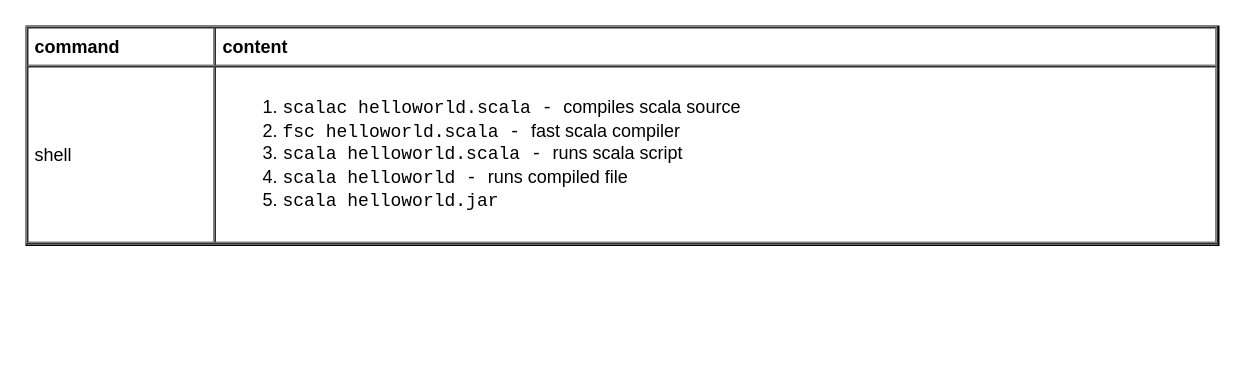
Before: page "command" (6 of 6) of languages/scala/scala.drawio in yangdj/tf_docs, a draw.io diagram. Source tidied: cells renumbered, new cells numbered last; positions are measured from the earlier drawing's top-left corner, leaving out a move shared by most shapes. Both pictures are drawn from the tidied source at 150%, with x=0, y=0 at pixel (26, 26).
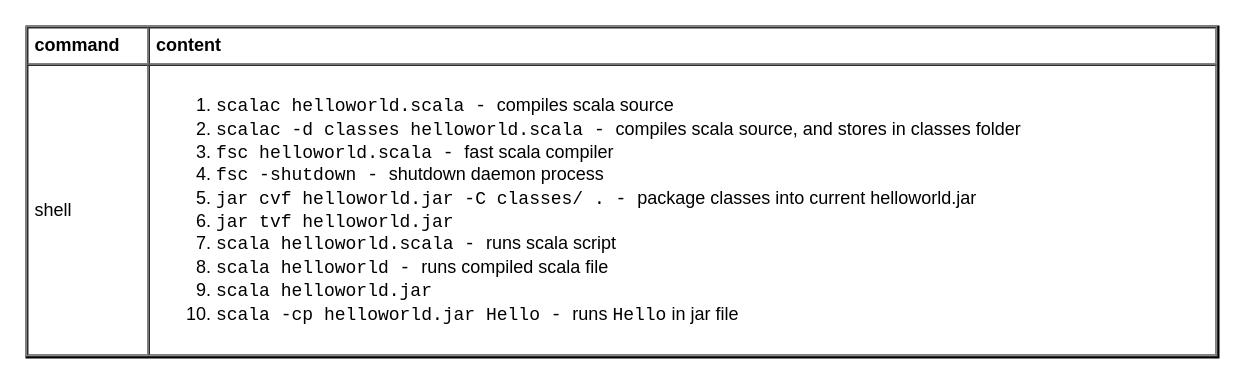
The same page after the edit.

Diff of the diagram source:
```diff
@@
 <mxGraphModel>
   <root>
     <mxCell id="0" />
     <mxCell id="1" parent="0" />
-    <mxCell id="2" value="&lt;table cellpadding=&quot;4&quot; cellspacing=&quot;0&quot; border=&quot;1&quot; style=&quot;font-size: 1em ; width: 100% ; height: 100%&quot;&gt;&lt;tbody&gt;&lt;tr&gt;&lt;th&gt;command&lt;/th&gt;&lt;th&gt;content&lt;/th&gt;&lt;/tr&gt;&lt;tr&gt;&lt;td&gt;shell&lt;/td&gt;&lt;td&gt;&lt;ol&gt;&lt;li&gt;&lt;font face=&quot;Courier New&quot;&gt;scalac helloworld.scala - &lt;/font&gt;compiles scala source&lt;br&gt;&lt;/li&gt;&lt;li&gt;&lt;font face=&quot;Courier New&quot;&gt;fsc helloworld.scala - &lt;/font&gt;fast scala compiler&lt;/li&gt;&lt;li&gt;&lt;font face=&quot;Courier New&quot;&gt;scala helloworld.scala - &lt;/font&gt;runs scala script&lt;/li&gt;&lt;li&gt;&lt;font face=&quot;Courier New&quot;&gt;scala helloworld - &lt;/font&gt;runs compiled file&lt;/li&gt;&lt;li&gt;&lt;font face=&quot;Courier New&quot;&gt;scala helloworld.jar&lt;/font&gt;&lt;/li&gt;&lt;/ol&gt;&lt;/td&gt;&lt;/tr&gt;&lt;/tbody&gt;&lt;/table&gt; " style="verticalAlign=top;align=left;overflow=fill;fontSize=12;fontFamily=Helvetica;html=1;fillColor=none;" parent="1" vertex="1">
-      <mxGeometry width="795" height="146" as="geometry" />
+    <mxCell id="2" value="&lt;table cellpadding=&quot;4&quot; cellspacing=&quot;0&quot; border=&quot;1&quot; style=&quot;font-size: 1em ; width: 100% ; height: 100%&quot;&gt;&lt;tbody&gt;&lt;tr&gt;&lt;th&gt;command&lt;/th&gt;&lt;th&gt;content&lt;/th&gt;&lt;/tr&gt;&lt;tr&gt;&lt;td&gt;shell&lt;/td&gt;&lt;td&gt;&lt;ol&gt;&lt;li&gt;&lt;font face=&quot;Courier New&quot;&gt;scalac helloworld.scala - &lt;/font&gt;compiles scala source&lt;br&gt;&lt;/li&gt;&lt;li&gt;&lt;font face=&quot;Courier New&quot;&gt;scalac&amp;nbsp;-d classes&amp;nbsp;helloworld.scala -&amp;nbsp;&lt;/font&gt;compiles scala source, and stores in classes folder&lt;br&gt;&lt;/li&gt;&lt;li&gt;&lt;font face=&quot;Courier New&quot;&gt;fsc helloworld.scala -&amp;nbsp;&lt;/font&gt;fast scala compiler&lt;/li&gt;&lt;li&gt;&lt;font face=&quot;Courier New&quot;&gt;fsc -shutdown - &lt;/font&gt;shutdown daemon process&lt;/li&gt;&lt;li&gt;&lt;font face=&quot;Courier New&quot;&gt;jar cvf helloworld.jar -C classes/ . - &lt;/font&gt;package classes into current helloworld.jar&lt;/li&gt;&lt;li&gt;&lt;font face=&quot;Courier New&quot;&gt;jar tvf helloworld.jar&lt;/font&gt;&lt;/li&gt;&lt;li&gt;&lt;font face=&quot;Courier New&quot;&gt;scala helloworld.scala - &lt;/font&gt;runs scala script&lt;/li&gt;&lt;li&gt;&lt;font face=&quot;Courier New&quot;&gt;scala helloworld - &lt;/font&gt;runs compiled scala file&lt;/li&gt;&lt;li&gt;&lt;font face=&quot;Courier New&quot;&gt;scala helloworld.jar&lt;/font&gt;&lt;/li&gt;&lt;li&gt;&lt;font face=&quot;Courier New&quot;&gt;scala -cp helloworld.jar Hello - &lt;/font&gt;runs &lt;font face=&quot;Courier New&quot;&gt;Hello&lt;/font&gt; in jar file&lt;/li&gt;&lt;/ol&gt;&lt;/td&gt;&lt;/tr&gt;&lt;/tbody&gt;&lt;/table&gt; " style="verticalAlign=top;align=left;overflow=fill;fontSize=12;fontFamily=Helvetica;html=1;fillColor=none;" parent="1" vertex="1">
+      <mxGeometry width="795" height="221" as="geometry" />
     </mxCell>
   </root>
 </mxGraphModel>
```
